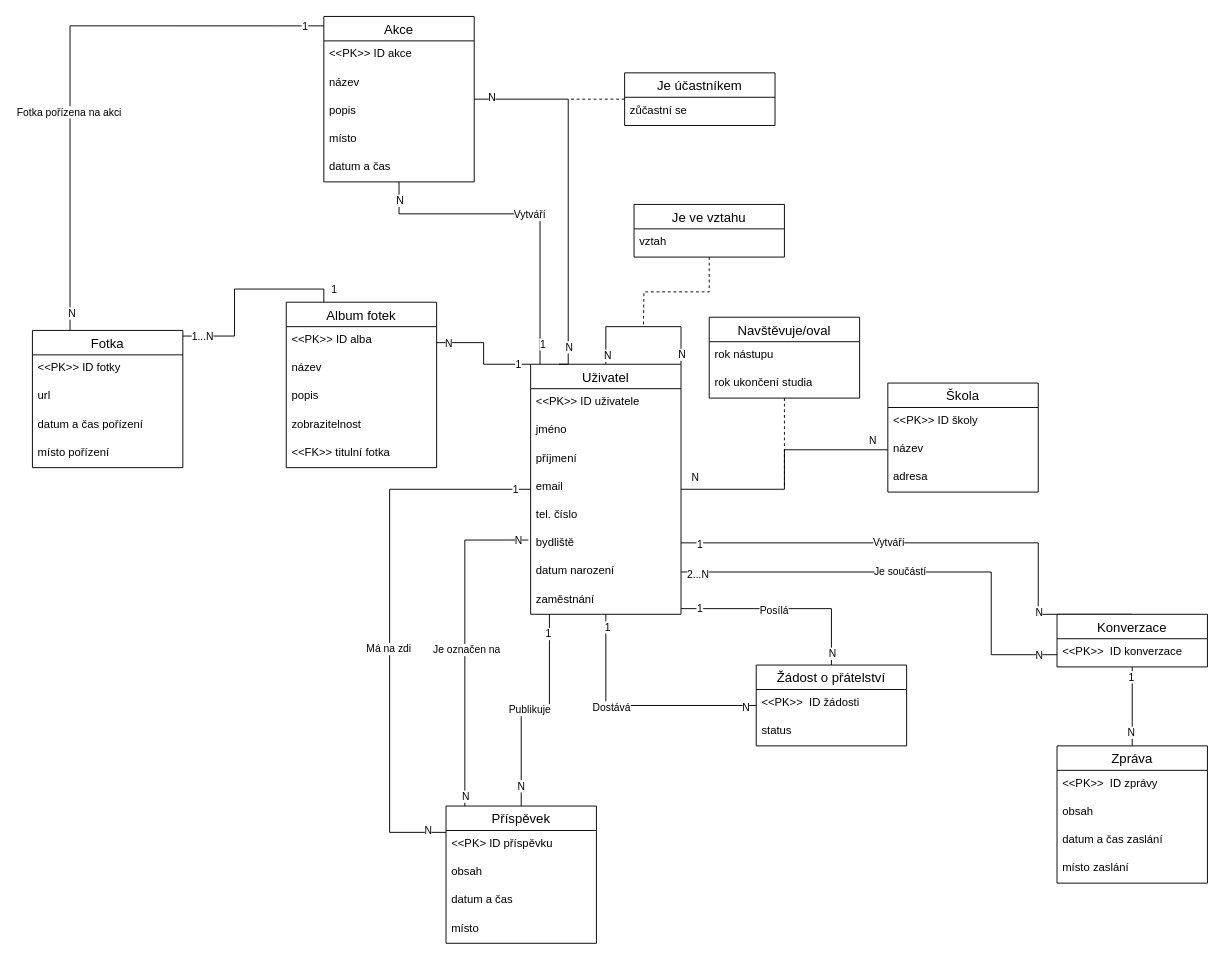
Before: ER.drawio in JakubBlaha/projekt-IUS, a draw.io diagram. Source tidied: cells renumbered, new cells numbered last; positions are measured from the earlier drawing's top-left corner, leaving out a move shared by most shapes. Both pictures are drawn from the tidied source at 94%, with x=0, y=0 at pixel (32, 16).
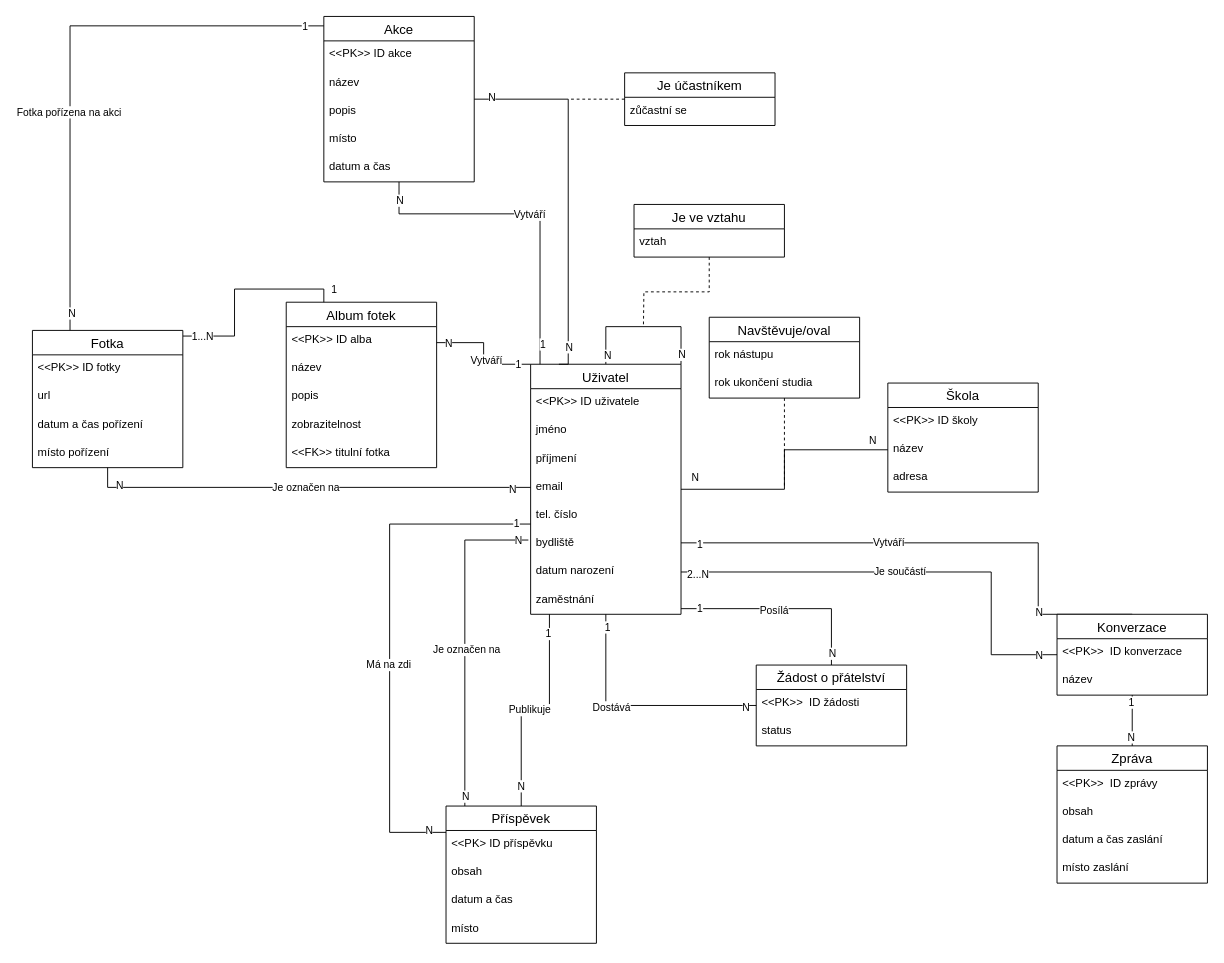
The same page after the edit.

The change refers to these unchanged cells:
```xml
<mxCell id="8" value="Uživatel" style="swimlane;fontStyle=0;horizontal=1;startSize=26;align=center;fontSize=14;" parent="1" vertex="1">
  <mxGeometry x="530" y="370" width="160" height="266" as="geometry" />
</mxCell>
<mxCell id="12" value="email" style="text;strokeColor=none;fillColor=none;spacingLeft=4;spacingRight=4;overflow=hidden;points=[[0,0.5],[1,0.5]];portConstraint=eastwest;fontSize=12;" parent="8" vertex="1">
  <mxGeometry y="116" width="160" height="30" as="geometry" />
</mxCell>
<mxCell id="51" value="Příspěvek" style="swimlane;fontStyle=0;horizontal=1;startSize=26;align=center;fontSize=14;" parent="1" vertex="1">
  <mxGeometry x="440" y="840" width="160" height="146" as="geometry" />
</mxCell>
<mxCell id="56" style="edgeStyle=orthogonalEdgeStyle;rounded=0;jettySize=auto;html=1;endArrow=none;endFill=0;" parent="1" edge="1" source="59" target="8">
  <mxGeometry relative="1" as="geometry">
    <Array as="points">
      <mxPoint x="480" y="347" />
      <mxPoint x="480" y="370" />
    </Array>
  </mxGeometry>
</mxCell>
<mxCell id="72" value="Fotka" style="swimlane;fontStyle=0;horizontal=1;startSize=26;align=center;fontSize=14;" parent="1" vertex="1">
  <mxGeometry y="334" width="160" height="146" as="geometry" />
</mxCell>
```

Change to the diagram source:
```diff
@@
     <mxCell id="43" style="edgeStyle=orthogonalEdgeStyle;rounded=0;jettySize=auto;html=1;endArrow=none;endFill=0;" parent="1" edge="1" source="51" target="8">
       <mxGeometry relative="1" as="geometry">
         <Array as="points">
           <mxPoint x="380" y="868" />
-          <mxPoint x="380" y="503" />
+          <mxPoint x="380" y="540" />
         </Array>
       </mxGeometry>
     </mxCell>
@@
+    <mxCell id="112" value="Vytváří" style="edgeLabel;html=1;align=center;verticalAlign=middle;" parent="56" vertex="1">
+      <mxGeometry x="0.1" y="2" relative="1" as="geometry" />
+    </mxCell>
@@
+    <mxCell id="113" style="edgeStyle=orthogonalEdgeStyle;rounded=0;jettySize=auto;html=1;entryX=0;entryY=0.5;entryDx=0;entryDy=0;endArrow=none;endFill=0;" parent="1" edge="1" source="72" target="12">
+      <mxGeometry relative="1" as="geometry" />
+    </mxCell>
+    <mxCell id="114" value="N" style="edgeLabel;html=1;align=center;verticalAlign=middle;" parent="113" vertex="1">
+      <mxGeometry x="-0.86" y="3" relative="1" as="geometry" />
+    </mxCell>
+    <mxCell id="115" value="N" style="edgeLabel;html=1;align=center;verticalAlign=middle;" parent="113" vertex="1">
+      <mxGeometry x="0.86" y="-1" relative="1" as="geometry">
+        <mxPoint x="13" as="offset" />
+      </mxGeometry>
+    </mxCell>
+    <mxCell id="116" value="Je označen na" style="edgeLabel;html=1;align=center;verticalAlign=middle;" parent="113" vertex="1">
+      <mxGeometry x="-0.02" y="1" relative="1" as="geometry" />
+    </mxCell>
@@
     <mxCell id="97" value="Konverzace" style="swimlane;fontStyle=0;horizontal=1;startSize=26;align=center;fontSize=14;" parent="1" vertex="1">
-      <mxGeometry x="1090" y="636" width="160" height="56" as="geometry" />
+      <mxGeometry x="1090" y="636" width="160" height="86" as="geometry" />
     </mxCell>
@@
+    <mxCell id="117" value="název" style="text;strokeColor=none;fillColor=none;spacingLeft=4;spacingRight=4;overflow=hidden;fontSize=12;" parent="97" vertex="1">
+      <mxGeometry y="56" width="160" height="30" as="geometry" />
+    </mxCell>
```
